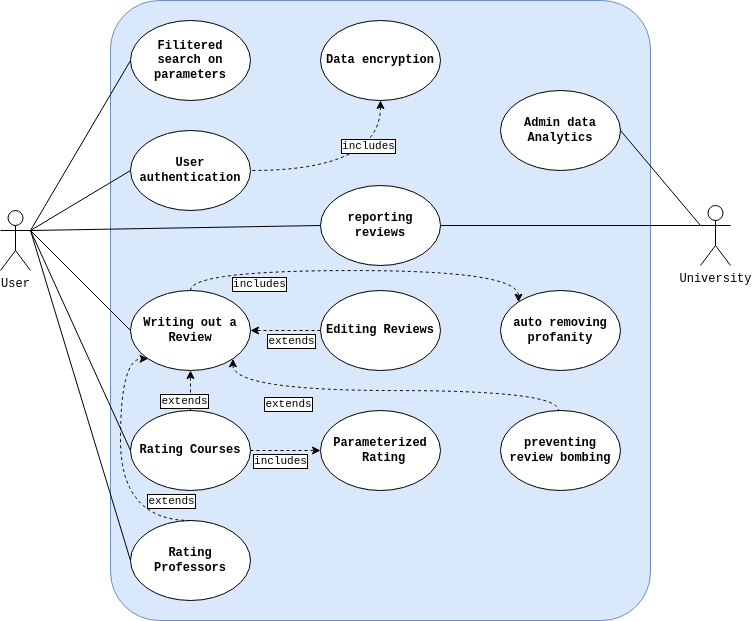
Earlier version of the draw.io export requirements_specification/USECASE.drawio.png (Ahmed-Waseem77/valuni). Source tidied: cells renumbered, new cells last; positions are measured from the earlier drawing's top-left corner, leaving out a move shared by most shapes.
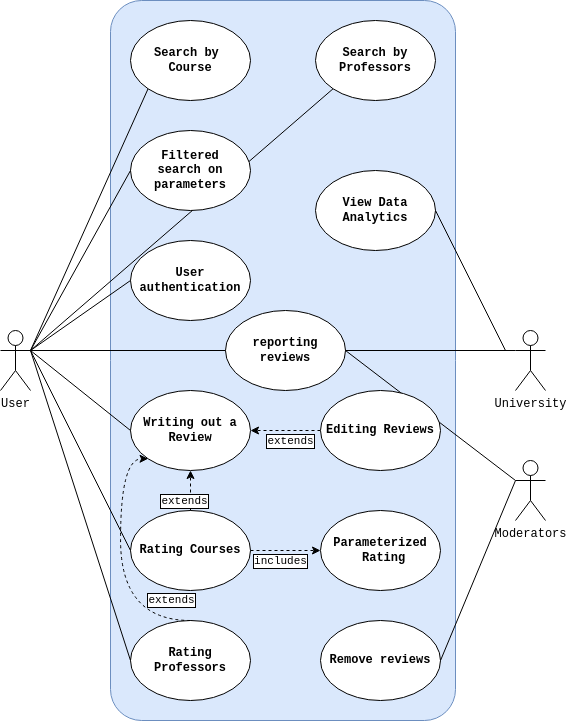
Above is the later version.

What changed in the source:
```diff
@@ -3,40 +3,40 @@
     <mxCell id="0" />
     <mxCell id="1" parent="0" />
     <mxCell id="2" style="rounded=1;whiteSpace=wrap;html=1;fontSize=11;arcSize=9;fillColor=#dae8fc;strokeColor=#6c8ebf;" parent="1" vertex="1">
-      <mxGeometry x="110" width="540" height="620" as="geometry" />
+      <mxGeometry x="215" y="-150" width="345" height="720" as="geometry" />
     </mxCell>
+    <mxCell id="39" style="endArrow=none;html=1;rounded=0;entryX=0;entryY=1;entryDx=0;entryDy=0;exitX=1;exitY=0.3333333333333333;exitDx=0;exitDy=0;exitPerimeter=0;" parent="1" edge="1" source="4" target="42">
+      <mxGeometry relative="1" as="geometry" />
+    </mxCell>
+    <mxCell id="40" style="endArrow=none;html=1;rounded=0;entryX=0;entryY=1;entryDx=0;entryDy=0;exitX=1;exitY=0.3333333333333333;exitDx=0;exitDy=0;exitPerimeter=0;" parent="1" edge="1" source="4" target="41">
+      <mxGeometry relative="1" as="geometry" />
+    </mxCell>
     <mxCell id="3" value="University" style="shape=umlActor;verticalLabelPosition=bottom;verticalAlign=top;html=1;outlineConnect=0;fontFamily=Courier New;" parent="1" vertex="1">
-      <mxGeometry x="700" y="205" width="30" height="60" as="geometry" />
+      <mxGeometry x="620" y="180" width="30" height="60" as="geometry" />
     </mxCell>
     <mxCell id="4" value="User" style="shape=umlActor;verticalLabelPosition=bottom;verticalAlign=top;html=1;outlineConnect=0;fontFamily=Courier New;" parent="1" vertex="1">
-      <mxGeometry y="210" width="30" height="60" as="geometry" />
+      <mxGeometry x="105" y="180" width="30" height="60" as="geometry" />
     </mxCell>
     <mxCell id="5" value="User authentication" style="ellipse;whiteSpace=wrap;html=1;fontStyle=1;fontFamily=Courier New;fontSize=12;" parent="1" vertex="1">
-      <mxGeometry x="130" y="130" width="120" height="80" as="geometry" />
+      <mxGeometry x="235" y="90" width="120" height="80" as="geometry" />
     </mxCell>
-    <mxCell id="6" value="Data encryption" style="ellipse;whiteSpace=wrap;html=1;fontStyle=1;fontFamily=Courier New;fontSize=12;" parent="1" vertex="1">
-      <mxGeometry x="320" y="20" width="120" height="80" as="geometry" />
-    </mxCell>
     <mxCell id="7" value="Rating Courses" style="ellipse;whiteSpace=wrap;html=1;fontStyle=1;fontFamily=Courier New;fontSize=12;" parent="1" vertex="1">
-      <mxGeometry x="130" y="410" width="120" height="80" as="geometry" />
+      <mxGeometry x="235" y="360" width="120" height="80" as="geometry" />
     </mxCell>
     <mxCell id="8" value="Rating Professors" style="ellipse;whiteSpace=wrap;html=1;fontStyle=1;fontFamily=Courier New;fontSize=12;" parent="1" vertex="1">
-      <mxGeometry x="130" y="520" width="120" height="80" as="geometry" />
+      <mxGeometry x="235" y="470" width="120" height="80" as="geometry" />
     </mxCell>
     <mxCell id="9" value="Writing out a Review" style="ellipse;whiteSpace=wrap;html=1;fontStyle=1;fontFamily=Courier New;fontSize=12;" parent="1" vertex="1">
-      <mxGeometry x="130" y="290" width="120" height="80" as="geometry" />
+      <mxGeometry x="235" y="240" width="120" height="80" as="geometry" />
     </mxCell>
     <mxCell id="10" value="Parameterized&lt;br style=&quot;font-size: 12px;&quot;&gt;&amp;nbsp;Rating" style="ellipse;whiteSpace=wrap;html=1;fontStyle=1;fontFamily=Courier New;fontSize=12;" parent="1" vertex="1">
-      <mxGeometry x="320" y="410" width="120" height="80" as="geometry" />
+      <mxGeometry x="425" y="360" width="120" height="80" as="geometry" />
     </mxCell>
-    <mxCell id="11" value="Filitered &lt;br&gt;search on parameters" style="ellipse;whiteSpace=wrap;html=1;fontStyle=1;fontFamily=Courier New;fontSize=12;" parent="1" vertex="1">
-      <mxGeometry x="130" y="20" width="120" height="80" as="geometry" />
+    <mxCell id="11" value="Filtered &lt;br&gt;search on parameters" style="ellipse;whiteSpace=wrap;html=1;fontStyle=1;fontFamily=Courier New;fontSize=12;" parent="1" vertex="1">
+      <mxGeometry x="235" y="-20" width="120" height="80" as="geometry" />
     </mxCell>
-    <mxCell id="12" value="auto removing profanity" style="ellipse;whiteSpace=wrap;html=1;fontStyle=1;fontFamily=Courier New;fontSize=12;" parent="1" vertex="1">
-      <mxGeometry x="500" y="290" width="120" height="80" as="geometry" />
-    </mxCell>
     <mxCell id="13" value="reporting reviews" style="ellipse;whiteSpace=wrap;html=1;fontStyle=1;fontFamily=Courier New;fontSize=12;" parent="1" vertex="1">
-      <mxGeometry x="320" y="185" width="120" height="80" as="geometry" />
+      <mxGeometry x="330" y="160" width="120" height="80" as="geometry" />
     </mxCell>
     <mxCell id="14" style="edgeStyle=orthogonalEdgeStyle;rounded=0;jettySize=auto;html=1;dashed=1;" parent="1" edge="1" source="16" target="9">
       <mxGeometry relative="1" as="geometry" />
@@ -46,23 +46,9 @@
         <mxPoint x="-7" y="10" as="offset" />
       </mxGeometry>
     </mxCell>
-    <mxCell id="16" value="Editing Reviews" style="ellipse;whiteSpace=wrap;html=1;fontStyle=1;fontFamily=Courier New;fontSize=12;" parent="1" vertex="1">
-      <mxGeometry x="320" y="290" width="120" height="80" as="geometry" />
-    </mxCell>
-    <mxCell id="17" value="preventing review bombing" style="ellipse;whiteSpace=wrap;html=1;fontStyle=1;fontFamily=Courier New;fontSize=12;" parent="1" vertex="1">
-      <mxGeometry x="500" y="410" width="120" height="80" as="geometry" />
-    </mxCell>
-    <mxCell id="18" value="Admin data Analytics" style="ellipse;whiteSpace=wrap;html=1;fontStyle=1;fontFamily=Courier New;fontSize=12;" parent="1" vertex="1">
-      <mxGeometry x="500" y="90" width="120" height="80" as="geometry" />
-    </mxCell>
-    <mxCell id="19" style="endArrow=none;html=1;rounded=0;exitX=1;exitY=0.3333333333333333;exitDx=0;exitDy=0;exitPerimeter=0;entryX=0;entryY=0.5;entryDx=0;entryDy=0;" parent="1" edge="1" source="4">
-      <mxGeometry relative="1" as="geometry">
-        <mxPoint x="130" y="170" as="targetPoint" />
-      </mxGeometry>
+    <mxCell id="19" style="endArrow=none;html=1;rounded=0;exitX=1;exitY=0.3333333333333333;exitDx=0;exitDy=0;exitPerimeter=0;entryX=0;entryY=0.5;entryDx=0;entryDy=0;" parent="1" edge="1" source="4" target="5">
+      <mxGeometry relative="1" as="geometry" />
     </mxCell>
-    <mxCell id="20" style="endArrow=none;html=1;rounded=0;entryX=0;entryY=0.3333333333333333;entryDx=0;entryDy=0;entryPerimeter=0;exitX=1;exitY=0.5;exitDx=0;exitDy=0;" parent="1" edge="1" source="18" target="3">
-      <mxGeometry relative="1" as="geometry" />
-    </mxCell>
     <mxCell id="21" style="endArrow=none;html=1;rounded=0;exitX=1;exitY=0.3333333333333333;exitDx=0;exitDy=0;exitPerimeter=0;entryX=0;entryY=0.5;entryDx=0;entryDy=0;" parent="1" edge="1" source="4" target="7">
       <mxGeometry relative="1" as="geometry" />
     </mxCell>
@@ -71,7 +57,7 @@
     </mxCell>
     <mxCell id="23" style="endArrow=none;html=1;rounded=0;entryX=0;entryY=0.5;entryDx=0;entryDy=0;" parent="1" edge="1" target="8">
       <mxGeometry relative="1" as="geometry">
-        <mxPoint x="30" y="230" as="sourcePoint" />
+        <mxPoint x="135" y="200" as="sourcePoint" />
       </mxGeometry>
     </mxCell>
     <mxCell id="24" style="endArrow=classic;html=1;rounded=0;exitX=1;exitY=0.5;exitDx=0;exitDy=0;entryX=0;entryY=0.5;entryDx=0;entryDy=0;fontFamily=Courier New;dashed=1;" parent="1" edge="1" source="7" target="10">
@@ -82,54 +68,15 @@
         <mxPoint x="-8" y="11" as="offset" />
       </mxGeometry>
     </mxCell>
-    <mxCell id="26" style="endArrow=none;html=1;rounded=0;entryX=0;entryY=0.5;entryDx=0;entryDy=0;" parent="1" edge="1" target="11">
-      <mxGeometry relative="1" as="geometry">
-        <mxPoint x="30" y="230" as="sourcePoint" />
-      </mxGeometry>
+    <mxCell id="26" style="endArrow=none;html=1;rounded=0;entryX=0;entryY=0.5;entryDx=0;entryDy=0;exitX=1;exitY=0.3333333333333333;exitDx=0;exitDy=0;exitPerimeter=0;" parent="1" edge="1" source="4" target="11">
+      <mxGeometry relative="1" as="geometry" />
     </mxCell>
-    <mxCell id="27" style="endArrow=none;html=1;rounded=0;entryX=1;entryY=0.5;entryDx=0;entryDy=0;edgeStyle=orthogonalEdgeStyle;curved=1;exitX=0.5;exitY=1;exitDx=0;exitDy=0;fontFamily=Courier New;dashed=1;startArrow=classic;startFill=1;endFill=0;" parent="1" edge="1" source="6">
-      <mxGeometry relative="1" as="geometry">
-        <mxPoint x="250" y="170" as="targetPoint" />
-        <Array as="points">
-          <mxPoint x="380" y="170" />
-        </Array>
-      </mxGeometry>
-    </mxCell>
-    <mxCell id="28" value="includes" style="edgeLabel;html=1;align=center;verticalAlign=middle;labelBackgroundColor=default;fontFamily=Courier New;labelBorderColor=default;" parent="27" vertex="1">
-      <mxGeometry x="-0.54" y="-13" relative="1" as="geometry" />
-    </mxCell>
-    <mxCell id="29" style="endArrow=none;html=1;rounded=0;entryX=0;entryY=0.5;entryDx=0;entryDy=0;" parent="1" edge="1" target="13">
-      <mxGeometry relative="1" as="geometry">
-        <mxPoint x="30" y="230" as="sourcePoint" />
-      </mxGeometry>
+    <mxCell id="29" style="endArrow=none;html=1;rounded=0;entryX=0;entryY=0.5;entryDx=0;entryDy=0;exitX=1;exitY=0.3333333333333333;exitDx=0;exitDy=0;exitPerimeter=0;" parent="1" edge="1" source="4" target="13">
+      <mxGeometry relative="1" as="geometry" />
     </mxCell>
     <mxCell id="30" style="endArrow=none;html=1;rounded=0;exitX=1;exitY=0.5;exitDx=0;exitDy=0;entryX=0;entryY=0.3333333333333333;entryDx=0;entryDy=0;entryPerimeter=0;" parent="1" edge="1" source="13" target="3">
       <mxGeometry relative="1" as="geometry" />
     </mxCell>
-    <mxCell id="31" style="endArrow=classic;html=1;rounded=0;entryX=0;entryY=0;entryDx=0;entryDy=0;edgeStyle=orthogonalEdgeStyle;curved=1;exitX=0.5;exitY=0;exitDx=0;exitDy=0;fontFamily=Courier New;dashed=1;" parent="1" edge="1" source="9" target="12">
-      <mxGeometry relative="1" as="geometry">
-        <Array as="points">
-          <mxPoint x="190" y="270" />
-          <mxPoint x="518" y="270" />
-          <mxPoint x="518" y="302" />
-        </Array>
-      </mxGeometry>
-    </mxCell>
-    <mxCell id="32" value="includes" style="edgeLabel;html=1;align=center;verticalAlign=middle;labelBackgroundColor=default;fontFamily=Courier New;labelBorderColor=default;" parent="31" vertex="1">
-      <mxGeometry x="-0.54" y="-13" relative="1" as="geometry" />
-    </mxCell>
-    <mxCell id="33" style="endArrow=none;html=1;rounded=0;entryX=0;entryY=0;entryDx=0;entryDy=0;edgeStyle=orthogonalEdgeStyle;curved=1;exitX=1;exitY=1;exitDx=0;exitDy=0;fontFamily=Courier New;dashed=1;endFill=0;startArrow=classic;startFill=1;" parent="1" edge="1" source="9">
-      <mxGeometry relative="1" as="geometry">
-        <mxPoint x="558" y="410" as="targetPoint" />
-        <Array as="points">
-          <mxPoint x="232" y="390" />
-          <mxPoint x="558" y="390" />
-        </Array>
-      </mxGeometry>
-    </mxCell>
-    <mxCell id="34" value="extends&lt;br&gt;" style="edgeLabel;html=1;align=center;verticalAlign=middle;labelBackgroundColor=default;fontFamily=Courier New;labelBorderColor=default;" parent="33" vertex="1">
-      <mxGeometry x="-0.54" y="-13" relative="1" as="geometry" />
-    </mxCell>
     <mxCell id="35" style="edgeStyle=orthogonalEdgeStyle;rounded=0;jettySize=auto;html=1;dashed=1;entryX=0.5;entryY=1;entryDx=0;entryDy=0;exitX=0.5;exitY=0;exitDx=0;exitDy=0;" parent="1" edge="1" source="7" target="9">
       <mxGeometry relative="1" as="geometry" />
     </mxCell>
@@ -141,8 +88,8 @@
     <mxCell id="37" style="edgeStyle=orthogonalEdgeStyle;rounded=0;jettySize=auto;html=1;dashed=1;entryX=0;entryY=1;entryDx=0;entryDy=0;exitX=0.5;exitY=0;exitDx=0;exitDy=0;curved=1;" parent="1" edge="1" source="8" target="9">
       <mxGeometry relative="1" as="geometry">
         <Array as="points">
-          <mxPoint x="120" y="520" />
-          <mxPoint x="120" y="358" />
+          <mxPoint x="225" y="470" />
+          <mxPoint x="225" y="308" />
         </Array>
       </mxGeometry>
     </mxCell>
@@ -151,5 +98,34 @@
         <mxPoint x="50" y="-6" as="offset" />
       </mxGeometry>
     </mxCell>
+    <mxCell id="41" value="Search by&amp;nbsp;&lt;br&gt;Course" style="ellipse;whiteSpace=wrap;html=1;fontStyle=1;fontFamily=Courier New;fontSize=12;" parent="1" vertex="1">
+      <mxGeometry x="235" y="-130" width="120" height="80" as="geometry" />
+    </mxCell>
+    <mxCell id="42" value="Search by&lt;br&gt;Professors" style="ellipse;whiteSpace=wrap;html=1;fontStyle=1;fontFamily=Courier New;fontSize=12;" parent="1" vertex="1">
+      <mxGeometry x="420" y="-130" width="120" height="80" as="geometry" />
+    </mxCell>
+    <mxCell id="43" value="View Data Analytics" style="ellipse;whiteSpace=wrap;html=1;fontStyle=1;fontFamily=Courier New;fontSize=12;" parent="1" vertex="1">
+      <mxGeometry x="420" y="20" width="120" height="80" as="geometry" />
+    </mxCell>
+    <mxCell id="44" style="endArrow=none;html=1;rounded=0;entryX=1;entryY=0.5;entryDx=0;entryDy=0;" parent="1" edge="1" target="43">
+      <mxGeometry relative="1" as="geometry">
+        <mxPoint x="610" y="200" as="sourcePoint" />
+      </mxGeometry>
+    </mxCell>
+    <mxCell id="45" value="Moderators" style="shape=umlActor;verticalLabelPosition=bottom;verticalAlign=top;html=1;outlineConnect=0;fontFamily=Courier New;" parent="1" vertex="1">
+      <mxGeometry x="620" y="310" width="30" height="60" as="geometry" />
+    </mxCell>
+    <mxCell id="46" style="endArrow=none;html=1;rounded=0;exitX=1;exitY=0.5;exitDx=0;exitDy=0;entryX=0;entryY=0.3333333333333333;entryDx=0;entryDy=0;entryPerimeter=0;" parent="1" edge="1" source="13" target="45">
+      <mxGeometry relative="1" as="geometry" />
+    </mxCell>
+    <mxCell id="47" value="Remove reviews" style="ellipse;whiteSpace=wrap;html=1;fontStyle=1;fontFamily=Courier New;fontSize=12;" parent="1" vertex="1">
+      <mxGeometry x="425" y="470" width="120" height="80" as="geometry" />
+    </mxCell>
+    <mxCell id="48" style="endArrow=none;html=1;rounded=0;exitX=1;exitY=0.5;exitDx=0;exitDy=0;entryX=0;entryY=0.3333333333333333;entryDx=0;entryDy=0;entryPerimeter=0;" parent="1" edge="1" source="47" target="45">
+      <mxGeometry relative="1" as="geometry" />
+    </mxCell>
+    <mxCell id="16" value="Editing Reviews" style="ellipse;whiteSpace=wrap;html=1;fontStyle=1;fontFamily=Courier New;fontSize=12;" parent="1" vertex="1">
+      <mxGeometry x="425" y="240" width="120" height="80" as="geometry" />
+    </mxCell>
   </root>
 </mxGraphModel>
```
